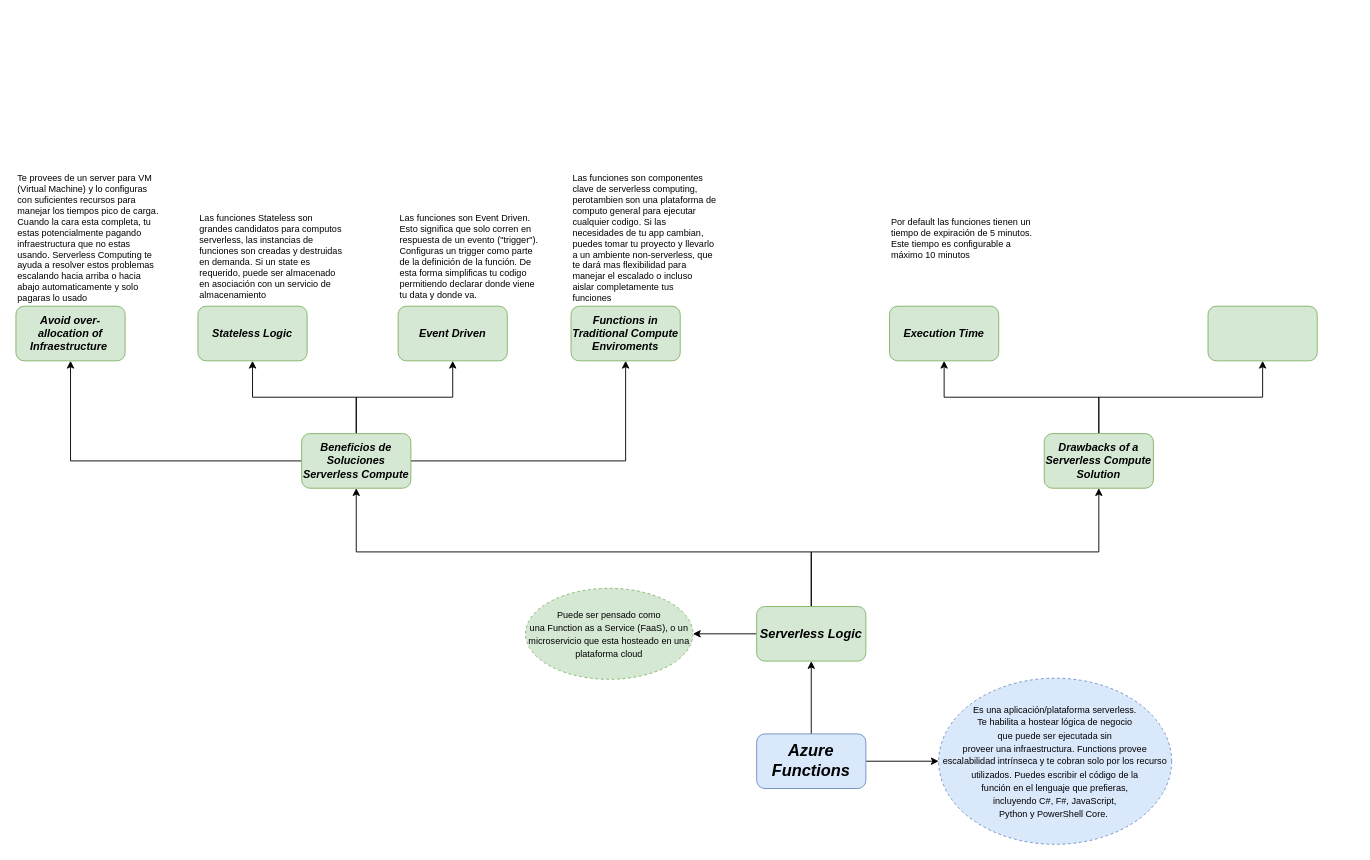
The draw.io diagram Azure Functions.drawio in Redcouz/AzureDevOpsDiagram, before the edit. Source tidied: cells renumbered, new cells numbered last; positions are measured from the earlier drawing's top-left corner, leaving out a move shared by most shapes. Both pictures are drawn from the tidied source at 91%, with x=0, y=0 at pixel (15, 224).
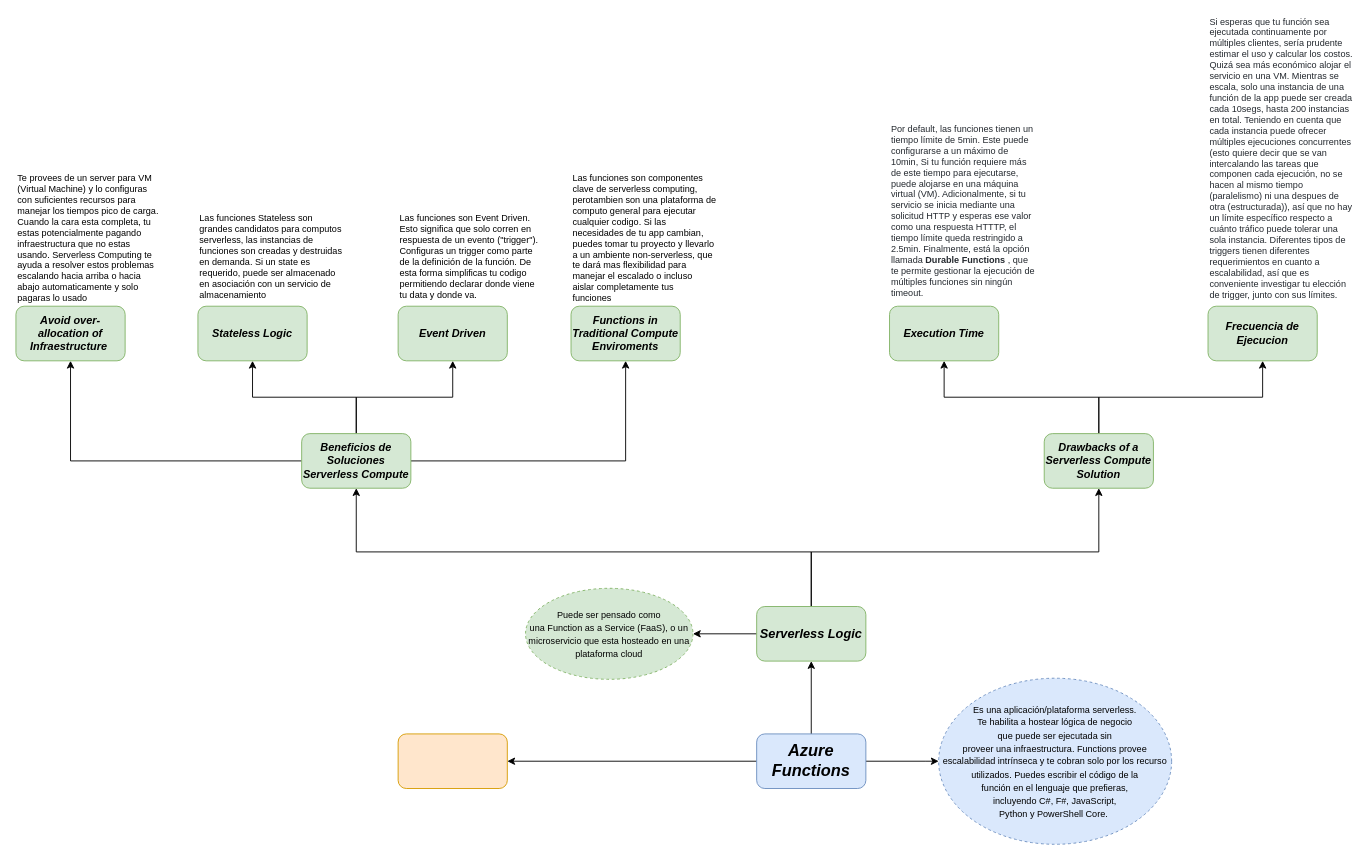
The same diagram, later.

The change refers to these unchanged cells:
```xml
<mxCell id="4" value="&lt;b&gt;&lt;i&gt;&lt;font style=&quot;font-size: 18px&quot;&gt;Azure Functions&lt;/font&gt;&lt;/i&gt;&lt;/b&gt;" style="rounded=1;whiteSpace=wrap;html=1;fillColor=#dae8fc;strokeColor=#6c8ebf;" parent="1" vertex="1">
  <mxGeometry x="814" y="560" width="120" height="60" as="geometry" />
</mxCell>
```

The edit, as a diff of the source:
```diff
@@
+    <mxCell id="30" style="edgeStyle=orthogonalEdgeStyle;rounded=0;jettySize=auto;html=1;fontSize=10;" parent="1" edge="1" source="4" target="32">
+      <mxGeometry relative="1" as="geometry" />
+    </mxCell>
@@
-    <mxCell id="28" style="whiteSpace=wrap;html=1;rounded=1;strokeColor=#82b366;fillColor=#d5e8d4;" parent="1" vertex="1">
+    <mxCell id="28" value="&lt;b&gt;&lt;i&gt;Frecuencia de Ejecucion&lt;/i&gt;&lt;/b&gt;" style="whiteSpace=wrap;html=1;rounded=1;strokeColor=#82b366;fillColor=#d5e8d4;" parent="1" vertex="1">
       <mxGeometry x="1310" y="90" width="120" height="60" as="geometry" />
     </mxCell>
-    <mxCell id="29" value="Por default las funciones tienen un tiempo de expiración de 5 minutos. Este tiempo es configurable a máximo 10 minutos&amp;nbsp;" style="text;html=1;strokeColor=none;fillColor=none;align=left;verticalAlign=middle;whiteSpace=wrap;rounded=0;dashed=1;fontSize=10;" parent="1" vertex="1">
-      <mxGeometry x="960" width="160" height="30" as="geometry" />
+    <mxCell id="29" value="&lt;font style=&quot;font-size: 10px&quot;&gt;&lt;span style=&quot;color: rgb(36 , 41 , 47) ; background-color: rgb(255 , 255 , 255)&quot;&gt;Por default, las funciones tienen un tiempo límite de 5min. Este puede configurarse a un máximo de 10min, Si tu función requiere más de este tiempo para ejecutarse, puede alojarse en una máquina virtual (VM). Adicionalmente, si tu servicio se inicia mediante una solicitud HTTP y esperas ese valor como una respuesta HTTTP, el tiempo límite queda restringido a 2.5min. Finalmente, está la opción llamada&amp;nbsp;&lt;/span&gt;&lt;span style=&quot;box-sizing: border-box ; font-weight: 600 ; color: rgb(36 , 41 , 47) ; background-color: rgb(255 , 255 , 255)&quot;&gt;Durable Functions&lt;/span&gt;&lt;span style=&quot;color: rgb(36 , 41 , 47) ; background-color: rgb(255 , 255 , 255)&quot;&gt;&amp;nbsp;, que te permite gestionar la ejecución de múltiples funciones sin ningún timeout.&lt;/span&gt;&lt;/font&gt;" style="text;html=1;strokeColor=none;fillColor=none;align=left;verticalAlign=middle;whiteSpace=wrap;rounded=0;dashed=1;fontSize=10;" parent="1" vertex="1">
+      <mxGeometry x="960" y="-30" width="160" height="30" as="geometry" />
     </mxCell>
+    <mxCell id="31" value="&lt;p style=&quot;box-sizing: border-box ; margin-top: 0px ; margin-bottom: 16px ; color: rgb(36 , 41 , 47) ; background-color: rgb(255 , 255 , 255)&quot;&gt;&lt;font style=&quot;font-size: 10px&quot;&gt;Si esperas que tu función sea ejecutada continuamente por múltiples clientes, sería prudente estimar el uso y calcular los costos. Quizá sea más económico alojar el servicio en una VM.&amp;nbsp;&lt;/font&gt;Mientras se escala, solo una instancia de una función de la app puede ser creada cada 10segs, hasta 200 instancias en total. Teniendo en cuenta que cada instancia puede ofrecer múltiples ejecuciones concurrentes (esto quiere decir que se van intercalando las tareas que componen cada ejecución, no se hacen al mismo tiempo (paralelismo) ni una despues de otra (estructurada)), así que no hay un límite específico respecto a cuánto tráfico puede tolerar una sola instancia. Diferentes tipos de triggers tienen diferentes requerimientos en cuanto a escalabilidad, así que es conveniente investigar tu elección de trigger, junto con sus límites.&lt;/p&gt;" style="text;html=1;strokeColor=none;fillColor=none;align=left;verticalAlign=middle;whiteSpace=wrap;rounded=0;dashed=1;fontSize=10;" parent="1" vertex="1">
+      <mxGeometry x="1310" y="-80" width="160" height="30" as="geometry" />
+    </mxCell>
+    <mxCell id="32" style="whiteSpace=wrap;html=1;rounded=1;strokeColor=#d79b00;fillColor=#ffe6cc;" parent="1" vertex="1">
+      <mxGeometry x="420" y="560" width="120" height="60" as="geometry" />
+    </mxCell>
```
